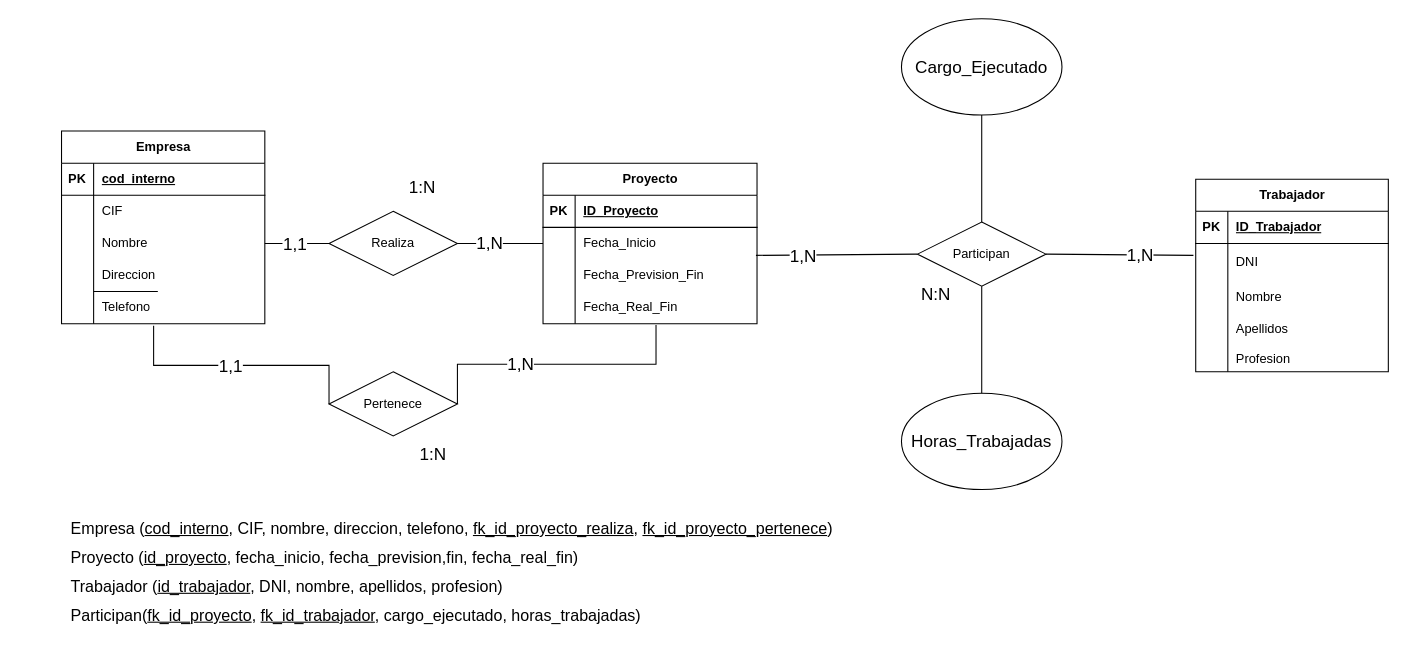
Daninuro/diagrames-cvf-dn-mpl-n-11102023 keeps this draw.io diagram as Ejercicio12.drawio. Above is the earlier version. Source tidied: cells renumbered, new cells numbered last; positions are measured from the earlier drawing's top-left corner, leaving out a move shared by most shapes. Both pictures are drawn from the tidied source at 107%, with x=0, y=0 at pixel (18, 18).
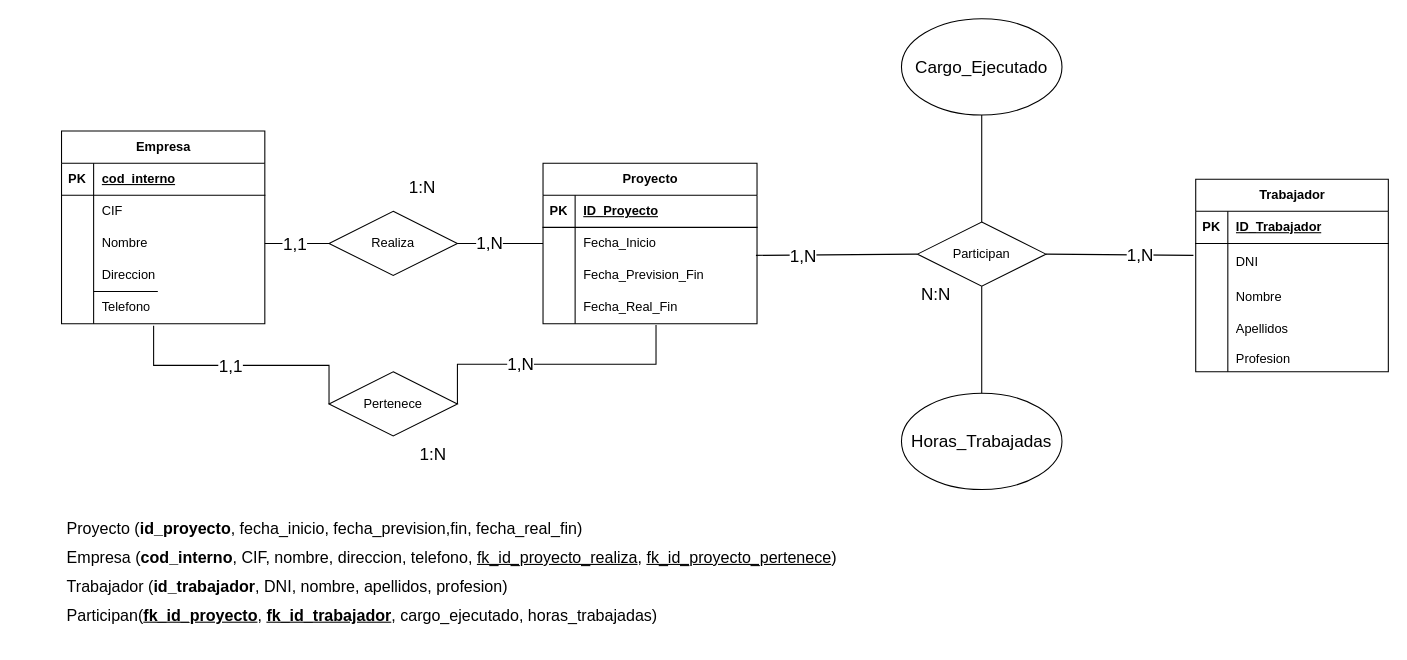
The same page after the edit.

Diff of the diagram source:
```diff
@@
-    <mxCell id="70" value="&lt;p style=&quot;line-height: 190%; font-size: 15px;&quot;&gt;&lt;/p&gt;&lt;div style=&quot;text-align: justify; line-height: 180%; font-size: 15px;&quot;&gt;&lt;span style=&quot;background-color: initial;&quot;&gt;&lt;font style=&quot;font-size: 15px;&quot;&gt;Empresa (&lt;u&gt;cod_interno&lt;/u&gt;, CIF, nombre, direccion, telefono, &lt;u&gt;fk_id_proyecto_realiza&lt;/u&gt;, &lt;u&gt;fk_id_proyecto_pertenece&lt;/u&gt;)&lt;/font&gt;&lt;/span&gt;&lt;/div&gt;&lt;div style=&quot;text-align: justify; line-height: 180%; font-size: 15px;&quot;&gt;&lt;span style=&quot;background-color: initial;&quot;&gt;&lt;font style=&quot;font-size: 15px;&quot;&gt;Proyecto (&lt;u&gt;id_proyecto&lt;/u&gt;, fecha_inicio, fecha_prevision,fin, fecha_real_fin)&lt;/font&gt;&lt;/span&gt;&lt;/div&gt;&lt;div style=&quot;text-align: justify; line-height: 180%; font-size: 15px;&quot;&gt;&lt;span style=&quot;background-color: initial;&quot;&gt;&lt;font style=&quot;font-size: 15px;&quot;&gt;Trabajador (&lt;u&gt;id_trabajador&lt;/u&gt;, DNI, nombre, apellidos, profesion)&lt;/font&gt;&lt;/span&gt;&lt;/div&gt;&lt;div style=&quot;text-align: justify; line-height: 180%; font-size: 15px;&quot;&gt;&lt;span style=&quot;background-color: initial;&quot;&gt;&lt;font style=&quot;font-size: 15px;&quot;&gt;Participan(&lt;u&gt;fk_id_proyecto&lt;/u&gt;, &lt;u&gt;fk_id_trabajador&lt;/u&gt;, cargo_ejecutado, horas_trabajadas)&lt;/font&gt;&lt;/span&gt;&lt;/div&gt;&lt;p&gt;&lt;/p&gt;" style="text;html=1;strokeColor=none;fillColor=none;align=center;verticalAlign=middle;whiteSpace=wrap;rounded=0;" parent="1" vertex="1">
+    <mxCell id="70" value="&lt;p style=&quot;line-height: 190%; font-size: 15px;&quot;&gt;&lt;/p&gt;&lt;div style=&quot;text-align: justify; line-height: 180%; font-size: 15px;&quot;&gt;&lt;div style=&quot;border-color: var(--border-color); line-height: 27px;&quot;&gt;Proyecto (&lt;b style=&quot;border-color: var(--border-color);&quot;&gt;id_proyecto&lt;/b&gt;, fecha_inicio, fecha_prevision,fin, fecha_real_fin)&lt;/div&gt;&lt;div&gt;&lt;span style=&quot;background-color: initial;&quot;&gt;Empresa (&lt;/span&gt;&lt;b style=&quot;background-color: initial;&quot;&gt;cod_interno&lt;/b&gt;&lt;span style=&quot;background-color: initial;&quot;&gt;, CIF, nombre, direccion, telefono, &lt;/span&gt;&lt;u style=&quot;background-color: initial;&quot;&gt;fk_id_proyecto_realiza&lt;/u&gt;&lt;span style=&quot;background-color: initial;&quot;&gt;, &lt;/span&gt;&lt;u style=&quot;background-color: initial;&quot;&gt;fk_id_proyecto_pertenece&lt;/u&gt;&lt;span style=&quot;background-color: initial;&quot;&gt;)&lt;/span&gt;&lt;br&gt;&lt;/div&gt;&lt;/div&gt;&lt;div style=&quot;text-align: justify; line-height: 180%; font-size: 15px;&quot;&gt;&lt;span style=&quot;background-color: initial;&quot;&gt;Trabajador (&lt;/span&gt;&lt;b style=&quot;background-color: initial;&quot;&gt;id_trabajador&lt;/b&gt;&lt;span style=&quot;background-color: initial;&quot;&gt;, DNI, nombre, apellidos, profesion)&lt;/span&gt;&lt;br&gt;&lt;/div&gt;&lt;div style=&quot;text-align: justify; line-height: 180%; font-size: 15px;&quot;&gt;&lt;span style=&quot;background-color: initial;&quot;&gt;&lt;font style=&quot;font-size: 15px;&quot;&gt;Participan(&lt;u&gt;&lt;b&gt;fk_id_proyecto&lt;/b&gt;&lt;/u&gt;, &lt;u&gt;&lt;b&gt;fk_id_trabajador&lt;/b&gt;&lt;/u&gt;, cargo_ejecutado, horas_trabajadas)&lt;/font&gt;&lt;/span&gt;&lt;/div&gt;&lt;p&gt;&lt;/p&gt;" style="text;html=1;strokeColor=none;fillColor=none;align=center;verticalAlign=middle;whiteSpace=wrap;rounded=0;" parent="1" vertex="1">
       <mxGeometry y="460" width="810" height="110" as="geometry" />
     </mxCell>
```
